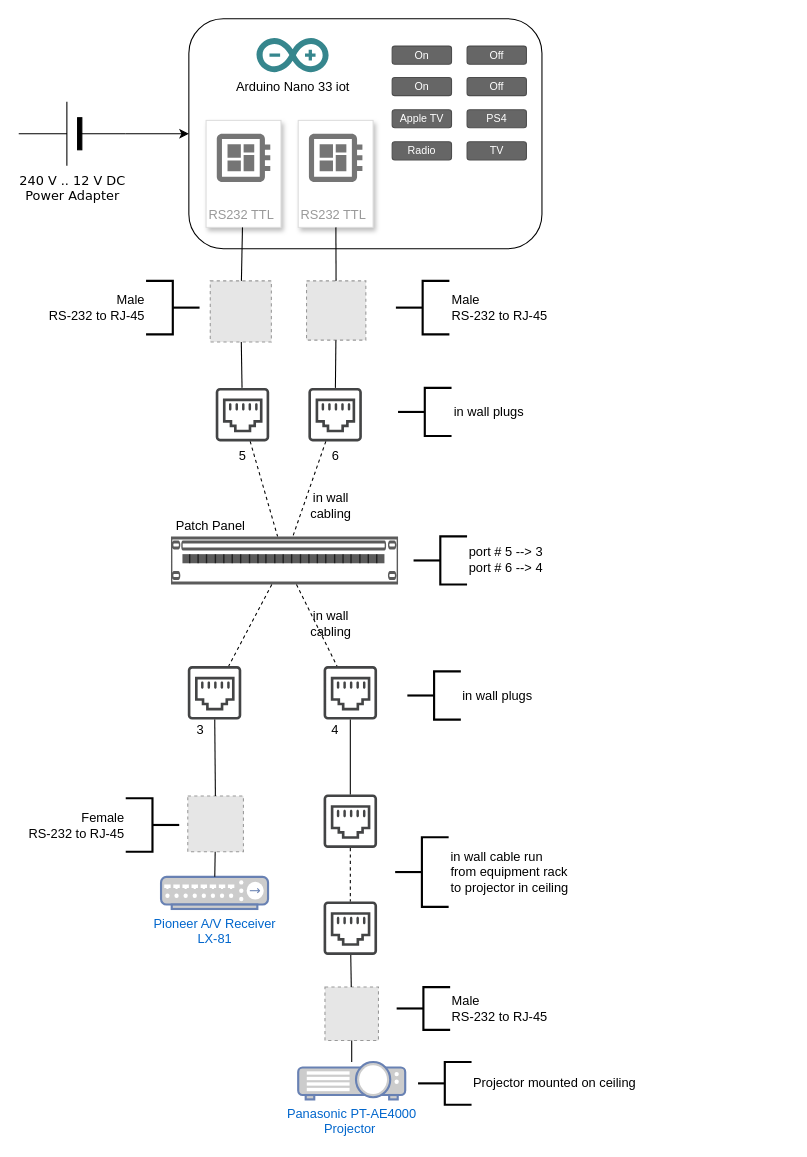
Earlier version of the draw.io diagram Home-Theatre-Remote.drawio (granticini/home-theatre-remote). Source tidied: cells renumbered, new cells numbered last; positions are measured from the earlier drawing's top-left corner, leaving out a move shared by most shapes. Both pictures are drawn from the tidied source at 107%, with x=0, y=0 at pixel (18, 18). Pictures stored in the file or linked from it are replaced by grey dashed boxes.
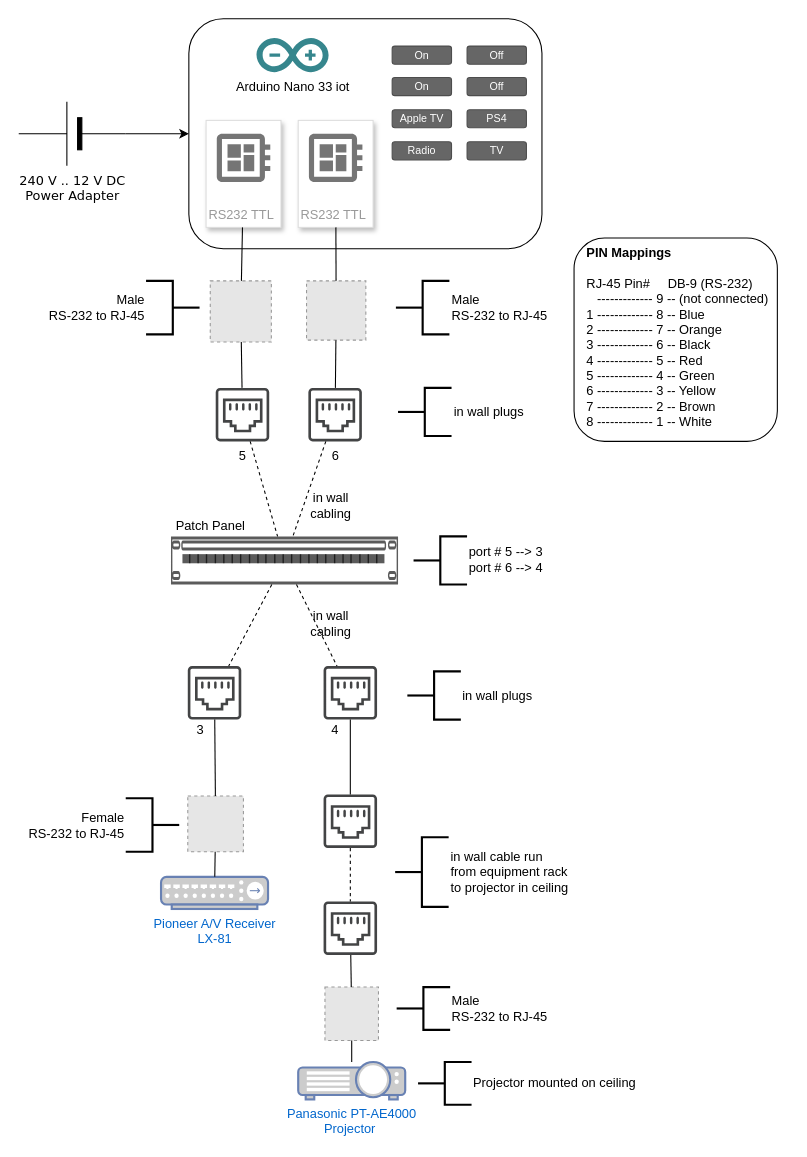
After the change.

Commit message:
Added PIN mappings for RJ-45 to DB-9

What changed in the source:
```diff
@@
+    <mxCell id="59" style="rounded=1;whiteSpace=wrap;html=1;align=left;" parent="1" vertex="1">
+      <mxGeometry x="519" y="205" width="190" height="190" as="geometry" />
+    </mxCell>
@@
+    <mxCell id="60" value="&lt;div&gt;&lt;b&gt;PIN Mappings&lt;/b&gt;&lt;/div&gt;&lt;div&gt;&lt;br&gt;&lt;/div&gt;&lt;div&gt;RJ-45 Pin# &amp;nbsp; &amp;nbsp; DB-9 (RS-232)&lt;/div&gt;&lt;div&gt;&amp;nbsp; &amp;nbsp;------------- 9 -- (not connected)&lt;/div&gt;&lt;div&gt;1 ------------- 8 -- Blue&lt;/div&gt;&lt;div&gt;2 ------------- 7 -- Orange&lt;/div&gt;&lt;div&gt;3 ------------- 6 -- Black&lt;/div&gt;&lt;div&gt;4 ------------- 5 -- Red&lt;/div&gt;&lt;div&gt;5 ------------- 4 -- Green&lt;/div&gt;&lt;div&gt;6 ------------- 3 -- Yellow&lt;/div&gt;&lt;div&gt;7 ------------- 2 -- Brown&lt;/div&gt;&lt;div&gt;8 ------------- 1 -- White&lt;/div&gt;&lt;div&gt;&lt;br&gt;&lt;/div&gt;" style="text;html=1;strokeColor=none;fillColor=none;align=left;verticalAlign=middle;whiteSpace=wrap;rounded=0;labelBorderColor=none;" parent="1" vertex="1">
+      <mxGeometry x="529" y="215" width="190" height="180" as="geometry" />
+    </mxCell>
```
